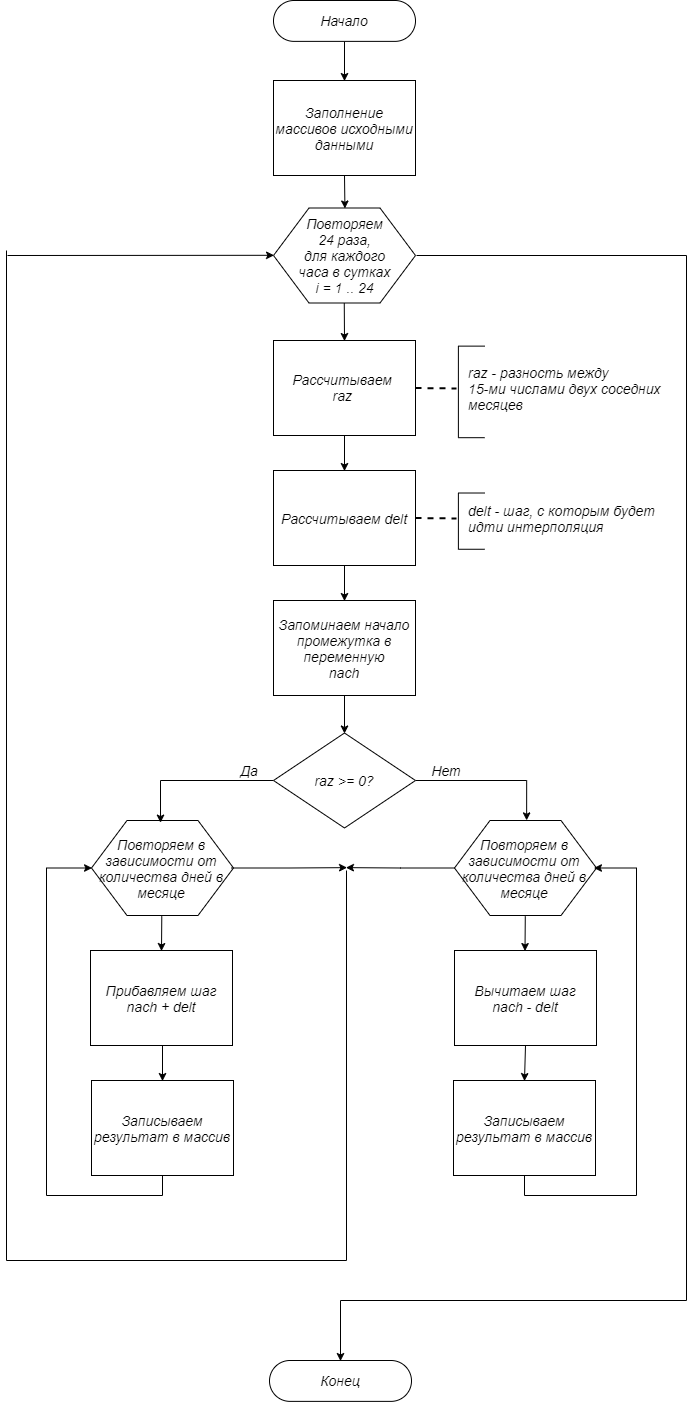
The draw.io diagram Interpol.png in Sofya99/Diplom, before a commit. Source tidied: cells renumbered, new cells last; positions are measured from the earlier drawing's top-left corner, leaving out a move shared by most shapes.
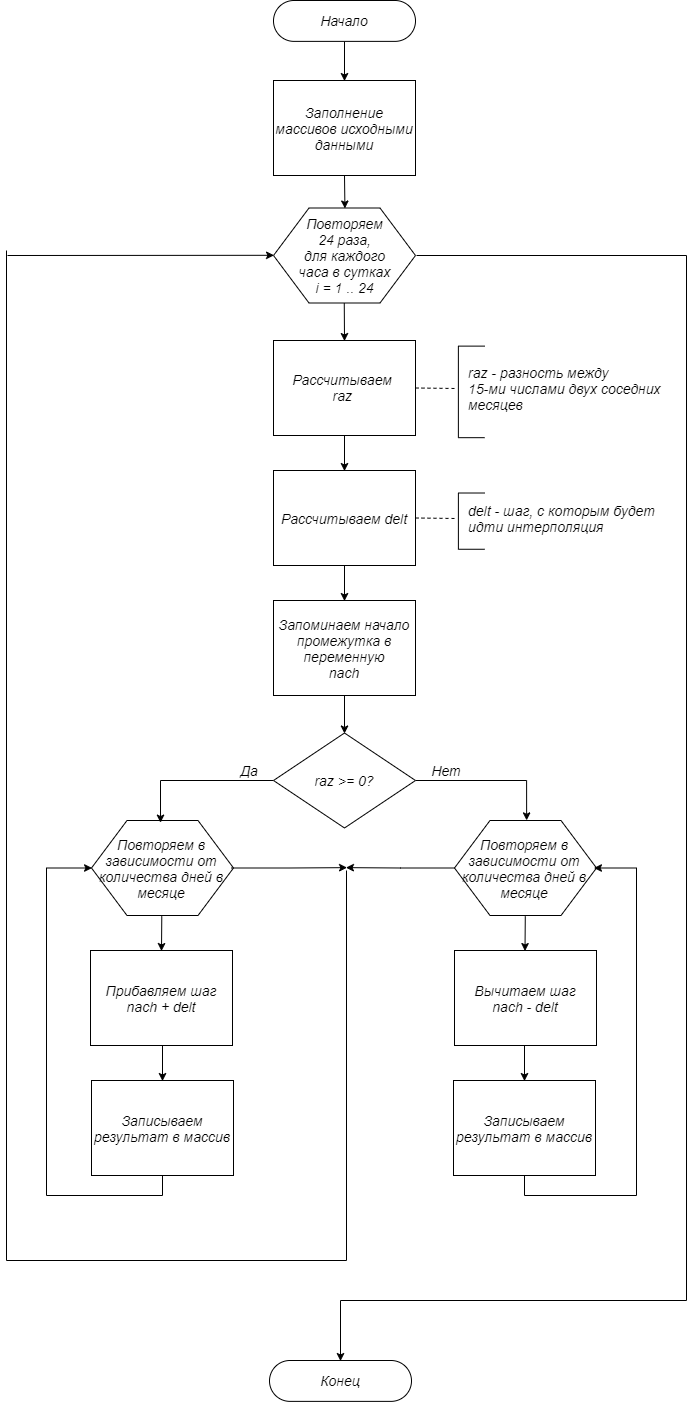
Later version of the same file.

Change to the diagram source:
```diff
@@ -122,7 +122,7 @@
         </Array>
       </mxGeometry>
     </mxCell>
-    <mxCell id="31" value="&lt;i&gt;Повторяем&lt;br&gt;24 раза,&lt;br&gt;для каждого&lt;br&gt;часа в сутках&lt;br&gt;&lt;/i&gt;&lt;i&gt;i = 1 .. 24&lt;/i&gt;" style="text;html=1;align=center;verticalAlign=middle;strokeColor=none;fontSize=14;" parent="1" vertex="1">
+    <mxCell id="31" value="&lt;i&gt;Повторяем&lt;br&gt;24 раза,&lt;br&gt;для каждого&lt;br&gt;часа в сутках&lt;br&gt;&lt;/i&gt;&lt;i&gt;i = 1 .. 24&lt;/i&gt;" style="text;html=1;align=center;verticalAlign=middle;strokeColor=none;fontSize=14;strokeWidth=0.5;" parent="1" vertex="1">
       <mxGeometry x="283" y="210" width="110" height="90" as="geometry" />
     </mxCell>
     <mxCell id="32" style="edgeStyle=orthogonalEdgeStyle;rounded=0;jettySize=auto;html=1;exitX=0.5;exitY=1;exitDx=0;exitDy=0;entryX=0.5;entryY=0;entryDx=0;entryDy=0;fontSize=14;strokeWidth=0.5;" parent="1" edge="1" target="29">
@@ -130,27 +130,27 @@
         <mxPoint x="337.8" y="302.5" as="sourcePoint" />
       </mxGeometry>
     </mxCell>
-    <mxCell id="33" style="endArrow=none;html=1;fontSize=14;strokeWidth=2;exitX=1;exitY=0.5;exitDx=0;exitDy=0;dashed=1;jumpSize=6;shadow=0;sketch=0;" parent="1" edge="1" source="29">
+    <mxCell id="33" style="endArrow=none;html=1;fontSize=14;strokeWidth=1;exitX=1;exitY=0.5;exitDx=0;exitDy=0;dashed=1;jumpSize=6;shadow=0;sketch=0;" parent="1" edge="1" source="29">
       <mxGeometry relative="1" as="geometry">
         <mxPoint x="450" y="388" as="targetPoint" />
       </mxGeometry>
     </mxCell>
-    <mxCell id="34" style="shape=partialRectangle;whiteSpace=wrap;html=1;bottom=1;right=1;left=1;top=0;fillColor=none;routingCenterX=-0.5;fontSize=14;strokeWidth=1;verticalAlign=middle;rotation=90;" parent="1" vertex="1">
+    <mxCell id="34" style="shape=partialRectangle;whiteSpace=wrap;html=1;bottom=1;right=1;left=1;top=0;fillColor=none;routingCenterX=-0.5;fontSize=14;strokeWidth=0.5;verticalAlign=middle;rotation=90;" parent="1" vertex="1">
       <mxGeometry x="419.2" y="378.3" width="91.6" height="26.2" as="geometry" />
     </mxCell>
-    <mxCell id="35" value="&lt;i&gt;raz - разность между &lt;br&gt;15-ми числами двух соседних &lt;br&gt;месяцев&lt;/i&gt;" style="text;html=1;align=left;verticalAlign=middle;strokeColor=none;fontSize=14;" parent="1" vertex="1">
+    <mxCell id="35" value="&lt;i&gt;raz - разность между &lt;br&gt;15-ми числами двух соседних &lt;br&gt;месяцев&lt;/i&gt;" style="text;html=1;align=left;verticalAlign=middle;strokeColor=none;fontSize=14;strokeWidth=0.5;" parent="1" vertex="1">
       <mxGeometry x="460" y="357.5" width="210" height="60" as="geometry" />
     </mxCell>
-    <mxCell id="36" style="endArrow=none;html=1;fontSize=14;strokeWidth=2;exitX=1;exitY=0.5;exitDx=0;exitDy=0;dashed=1;jumpSize=6;shadow=0;sketch=0;" parent="1" edge="1">
+    <mxCell id="36" style="endArrow=none;html=1;fontSize=14;strokeWidth=1;exitX=1;exitY=0.5;exitDx=0;exitDy=0;dashed=1;jumpSize=6;shadow=0;sketch=0;" parent="1" edge="1">
       <mxGeometry relative="1" as="geometry">
         <mxPoint x="409" y="517.5" as="sourcePoint" />
         <mxPoint x="450" y="518" as="targetPoint" />
       </mxGeometry>
     </mxCell>
-    <mxCell id="37" style="shape=partialRectangle;whiteSpace=wrap;html=1;bottom=1;right=1;left=1;top=0;fillColor=none;routingCenterX=-0.5;fontSize=14;strokeWidth=1;verticalAlign=middle;rotation=90;" parent="1" vertex="1">
+    <mxCell id="37" style="shape=partialRectangle;whiteSpace=wrap;html=1;bottom=1;right=1;left=1;top=0;fillColor=none;routingCenterX=-0.5;fontSize=14;strokeWidth=0.5;verticalAlign=middle;rotation=90;" parent="1" vertex="1">
       <mxGeometry x="436.9" y="507.5" width="56.2" height="26.2" as="geometry" />
     </mxCell>
-    <mxCell id="38" value="&lt;i&gt;&lt;span style=&quot;text-align: center&quot;&gt;delt&amp;nbsp;&lt;/span&gt;- шаг, с которым будет &lt;br&gt;идти интерполяция&amp;nbsp;&lt;/i&gt;" style="text;html=1;align=left;verticalAlign=middle;strokeColor=none;fontSize=14;" parent="1" vertex="1">
+    <mxCell id="38" value="&lt;i&gt;&lt;span style=&quot;text-align: center&quot;&gt;delt&amp;nbsp;&lt;/span&gt;- шаг, с которым будет &lt;br&gt;идти интерполяция&amp;nbsp;&lt;/i&gt;" style="text;html=1;align=left;verticalAlign=middle;strokeColor=none;fontSize=14;strokeWidth=0.5;" parent="1" vertex="1">
       <mxGeometry x="460" y="497.5" width="200" height="40" as="geometry" />
     </mxCell>
     <mxCell id="39" value="&lt;i&gt;&lt;span&gt;Прибавляем шаг&lt;/span&gt;&lt;br&gt;&lt;span&gt;nach + delt&lt;/span&gt;&lt;/i&gt;" style="rounded=0;whiteSpace=wrap;html=1;strokeWidth=0.5;fontSize=14;" parent="1" vertex="1">
```
